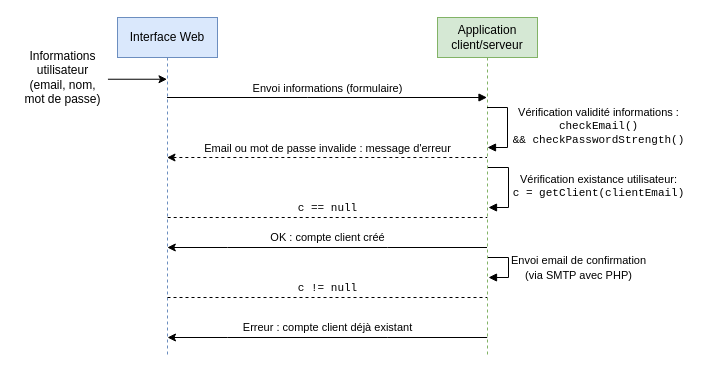
Earlier version of the draw.io diagram DAT/drawio/SSD-creation-compte.drawio (AlexisOsmont/Protection_et_gestion_des_licences). Source tidied: cells renumbered, new cells numbered last; positions are measured from the earlier drawing's top-left corner, leaving out a move shared by most shapes. Both pictures are drawn from the tidied source at 100%, with x=0, y=0 at pixel (17, 17).
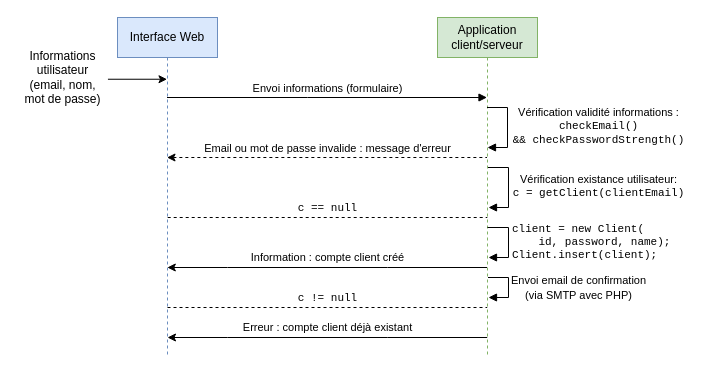
After the change.

Unchanged cells that the change refers to:
```xml
<mxCell id="3" value="&lt;div&gt;Application&lt;/div&gt;&lt;div&gt;client/serveur&lt;/div&gt;" style="shape=umlLifeline;perimeter=lifelinePerimeter;whiteSpace=wrap;html=1;outlineConnect=0;fillColor=#d5e8d4;strokeColor=#82b366;" parent="1" vertex="1">
  <mxGeometry x="420" width="100" height="340" as="geometry" />
</mxCell>
```

The edit, as a diff of the source:
```diff
@@
     <mxCell id="6" value="&lt;div&gt;&lt;font face=&quot;Helvetica&quot;&gt;Envoi email de confirmation&lt;/font&gt;&lt;/div&gt;&lt;div&gt;&lt;font face=&quot;Helvetica&quot;&gt;(via SMTP avec PHP)&lt;br&gt;&lt;/font&gt;&lt;/div&gt;" style="edgeStyle=orthogonalEdgeStyle;html=1;align=center;spacingLeft=2;endArrow=block;rounded=0;fontFamily=Courier New;" parent="3" edge="1">
       <mxGeometry x="0.01" y="69" relative="1" as="geometry">
-        <mxPoint x="50.5" y="240" as="sourcePoint" />
-        <mxPoint x="51" y="260" as="targetPoint" />
+        <mxPoint x="50.5" y="260" as="sourcePoint" />
+        <mxPoint x="51" y="280" as="targetPoint" />
         <Array as="points">
-          <mxPoint x="71" y="240" />
           <mxPoint x="71" y="260" />
-          <mxPoint x="51" y="260" />
+          <mxPoint x="71" y="280" />
+          <mxPoint x="51" y="280" />
         </Array>
       </mxGeometry>
     </mxCell>
+    <mxCell id="15" value="&lt;font face=&quot;Helvetica&quot;&gt;Information : compte client créé&lt;br&gt;&lt;/font&gt;" style="html=1;verticalAlign=bottom;endArrow=none;rounded=0;fontFamily=Courier New;startArrow=classic;startFill=1;endFill=0;" parent="3" edge="1">
+      <mxGeometry relative="1" as="geometry">
+        <mxPoint x="-270.2" y="250" as="sourcePoint" />
+        <mxPoint x="49.5" y="250" as="targetPoint" />
+        <Array as="points">
+          <mxPoint x="-210" y="250" />
+          <mxPoint x="-50" y="250" />
+        </Array>
+      </mxGeometry>
+    </mxCell>
+    <mxCell id="16" value="&lt;div align=&quot;left&quot;&gt;client = new Client(&lt;/div&gt;&lt;div align=&quot;left&quot;&gt;&amp;nbsp;&amp;nbsp;&amp;nbsp; id, password, name);&lt;/div&gt;&lt;div align=&quot;left&quot;&gt;Client.insert(client);&lt;br&gt;&lt;/div&gt;" style="edgeStyle=orthogonalEdgeStyle;html=1;align=left;spacingLeft=2;endArrow=block;rounded=0;fontFamily=Courier New;" parent="3" edge="1">
+      <mxGeometry x="0.01" relative="1" as="geometry">
+        <mxPoint x="50" y="210" as="sourcePoint" />
+        <mxPoint x="51" y="240" as="targetPoint" />
+        <Array as="points">
+          <mxPoint x="71" y="210" />
+          <mxPoint x="71" y="240" />
+          <mxPoint x="51" y="240" />
+        </Array>
+      </mxGeometry>
+    </mxCell>
@@
     <mxCell id="12" value="&lt;font face=&quot;Courier New&quot;&gt;c != null&lt;br&gt;&lt;/font&gt;" style="html=1;verticalAlign=bottom;endArrow=none;rounded=0;fontFamily=Helvetica;endFill=0;dashed=1;" parent="1" edge="1">
       <mxGeometry relative="1" as="geometry">
-        <mxPoint x="150" y="280" as="sourcePoint" />
-        <mxPoint x="469.7" y="280" as="targetPoint" />
+        <mxPoint x="150" y="290" as="sourcePoint" />
+        <mxPoint x="469.7" y="290" as="targetPoint" />
         <Array as="points">
-          <mxPoint x="360.2" y="280" />
+          <mxPoint x="360.2" y="290" />
         </Array>
       </mxGeometry>
     </mxCell>
@@
-    <mxCell id="14" value="&lt;font face=&quot;Helvetica&quot;&gt;OK : compte client créé&lt;br&gt;&lt;/font&gt;" style="html=1;verticalAlign=bottom;endArrow=none;rounded=0;fontFamily=Courier New;startArrow=classic;startFill=1;endFill=0;" parent="1" edge="1">
-      <mxGeometry relative="1" as="geometry">
-        <mxPoint x="149.8" y="230" as="sourcePoint" />
-        <mxPoint x="469.5" y="230" as="targetPoint" />
-        <Array as="points">
-          <mxPoint x="210" y="230" />
-          <mxPoint x="370" y="230" />
-        </Array>
-      </mxGeometry>
-    </mxCell>
```
